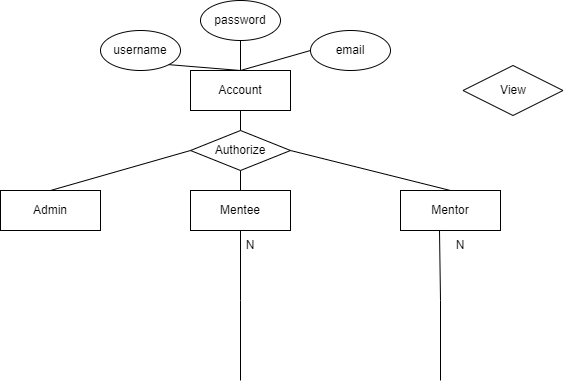
Above: demoERD.drawio.png in dungdt23/SWP391_Document (draw.io), before the change. Source tidied: cells renumbered, new cells last; positions are measured from the earlier drawing's top-left corner, leaving out a move shared by most shapes.
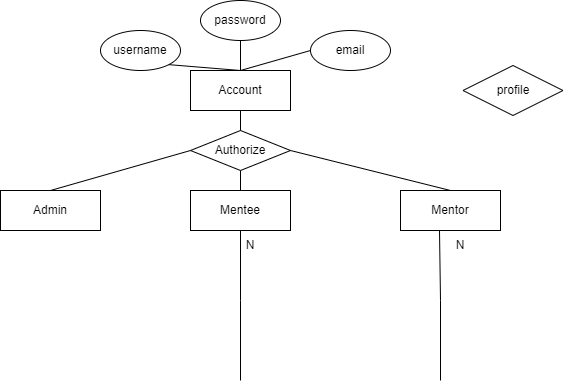
Later version of the same file.

Change to the diagram source:
```diff
@@ -77,7 +77,7 @@
         <mxPoint x="440" y="380" as="targetPoint" />
       </mxGeometry>
     </mxCell>
-    <mxCell id="23" value="View" style="shape=rhombus;perimeter=rhombusPerimeter;whiteSpace=wrap;html=1;align=center;" parent="1" vertex="1">
+    <mxCell id="23" value="profile" style="shape=rhombus;perimeter=rhombusPerimeter;whiteSpace=wrap;html=1;align=center;" parent="1" vertex="1">
       <mxGeometry x="462.5" y="65" width="100" height="50" as="geometry" />
     </mxCell>
   </root>
```
